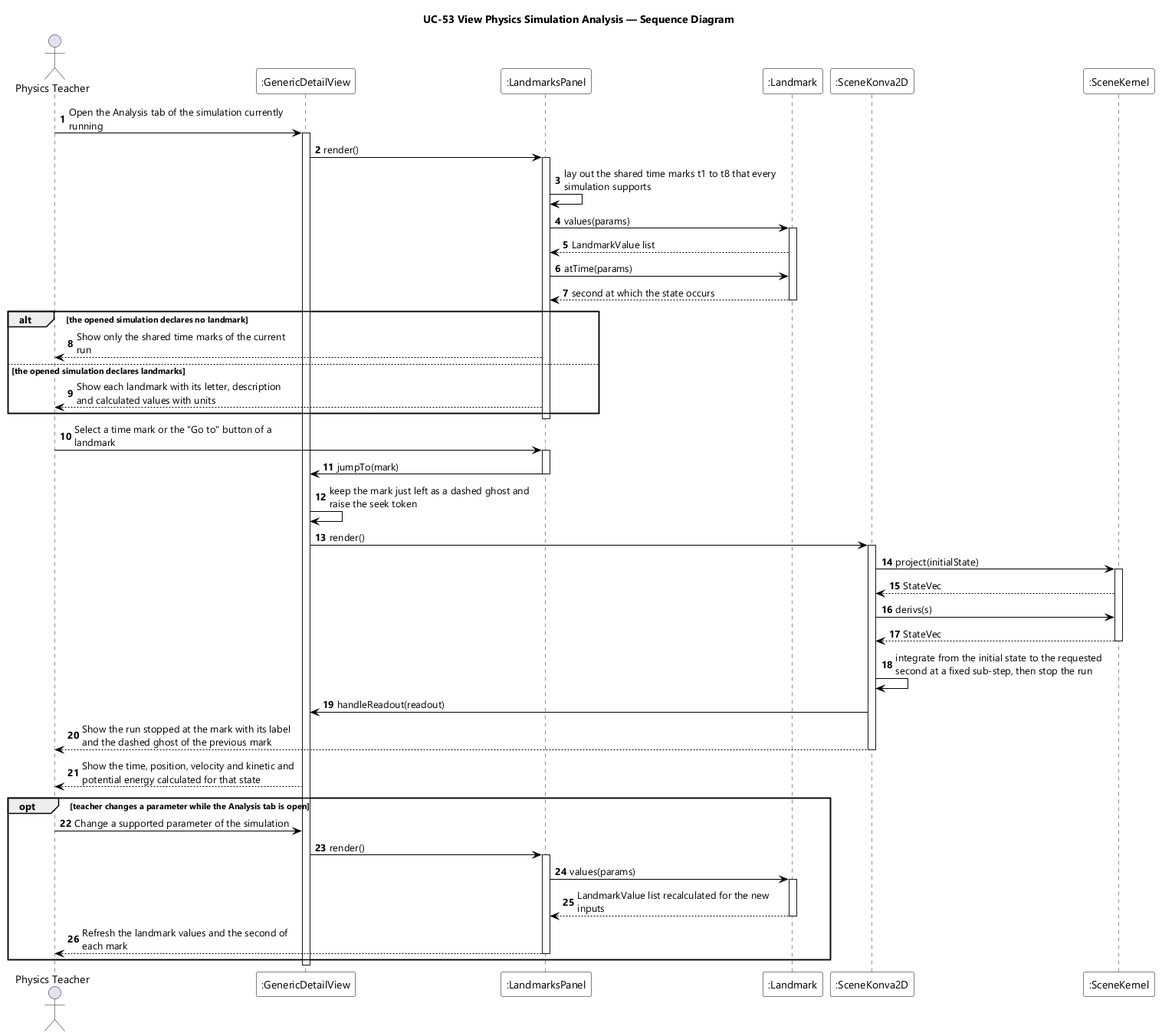
Before: designs/sds-diagrams/uc53/uc53-sequence-diagram.png, a diagram exported from PlantUML (EduA-system/EduA-system). Source of this version:
```plantuml
@startuml UC-53 View Physics Simulation Analysis - Sequence Diagram
skinparamlocked dpi 96
skinparam defaultFontName "Segoe UI"
skinparam shadowing false
skinparam ParticipantBackgroundColor #FFFFFF
skinparam ParticipantBorderColor #000000
skinparam ArrowColor #000000
skinparam sequenceMessageAlign left
skinparam maxMessageSize 280
title UC-53 View Physics Simulation Analysis — Sequence Diagram

actor "Physics Teacher" as Teacher
participant ":GenericDetailView" as GDV
participant ":LandmarksPanel" as PANEL
participant ":Landmark" as MARK
participant ":SceneKonva2D" as CANVAS
participant ":SceneKernel" as KERNEL

autonumber
Teacher -> GDV : Open the Analysis tab of the simulation currently running
activate GDV
GDV -> PANEL : render()
activate PANEL
PANEL -> PANEL : lay out the shared time marks t1 to t8 that every simulation supports
PANEL -> MARK : values(params)
activate MARK
MARK --> PANEL : LandmarkValue list
PANEL -> MARK : atTime(params)
MARK --> PANEL : second at which the state occurs
deactivate MARK

alt the opened simulation declares no landmark
  PANEL --> Teacher : Show only the shared time marks of the current run
else the opened simulation declares landmarks
  PANEL --> Teacher : Show each landmark with its letter, description and calculated values with units
end
deactivate PANEL

Teacher -> PANEL : Select a time mark or the "Go to" button of a landmark
activate PANEL
PANEL -> GDV : jumpTo(mark)
deactivate PANEL
GDV -> GDV : keep the mark just left as a dashed ghost and raise the seek token
GDV -> CANVAS : render()
activate CANVAS
CANVAS -> KERNEL : project(initialState)
activate KERNEL
KERNEL --> CANVAS : StateVec
CANVAS -> KERNEL : derivs(s)
KERNEL --> CANVAS : StateVec
deactivate KERNEL
CANVAS -> CANVAS : integrate from the initial state to the requested second at a fixed sub-step, then stop the run
CANVAS -> GDV : handleReadout(readout)
CANVAS --> Teacher : Show the run stopped at the mark with its label and the dashed ghost of the previous mark
deactivate CANVAS
GDV --> Teacher : Show the time, position, velocity and kinetic and potential energy calculated for that state

opt teacher changes a parameter while the Analysis tab is open
  Teacher -> GDV : Change a supported parameter of the simulation
  GDV -> PANEL : render()
  activate PANEL
  PANEL -> MARK : values(params)
  activate MARK
  MARK --> PANEL : LandmarkValue list recalculated for the new inputs
  deactivate MARK
  PANEL --> Teacher : Refresh the landmark values and the second of each mark
  deactivate PANEL
end
deactivate GDV
@enduml
```
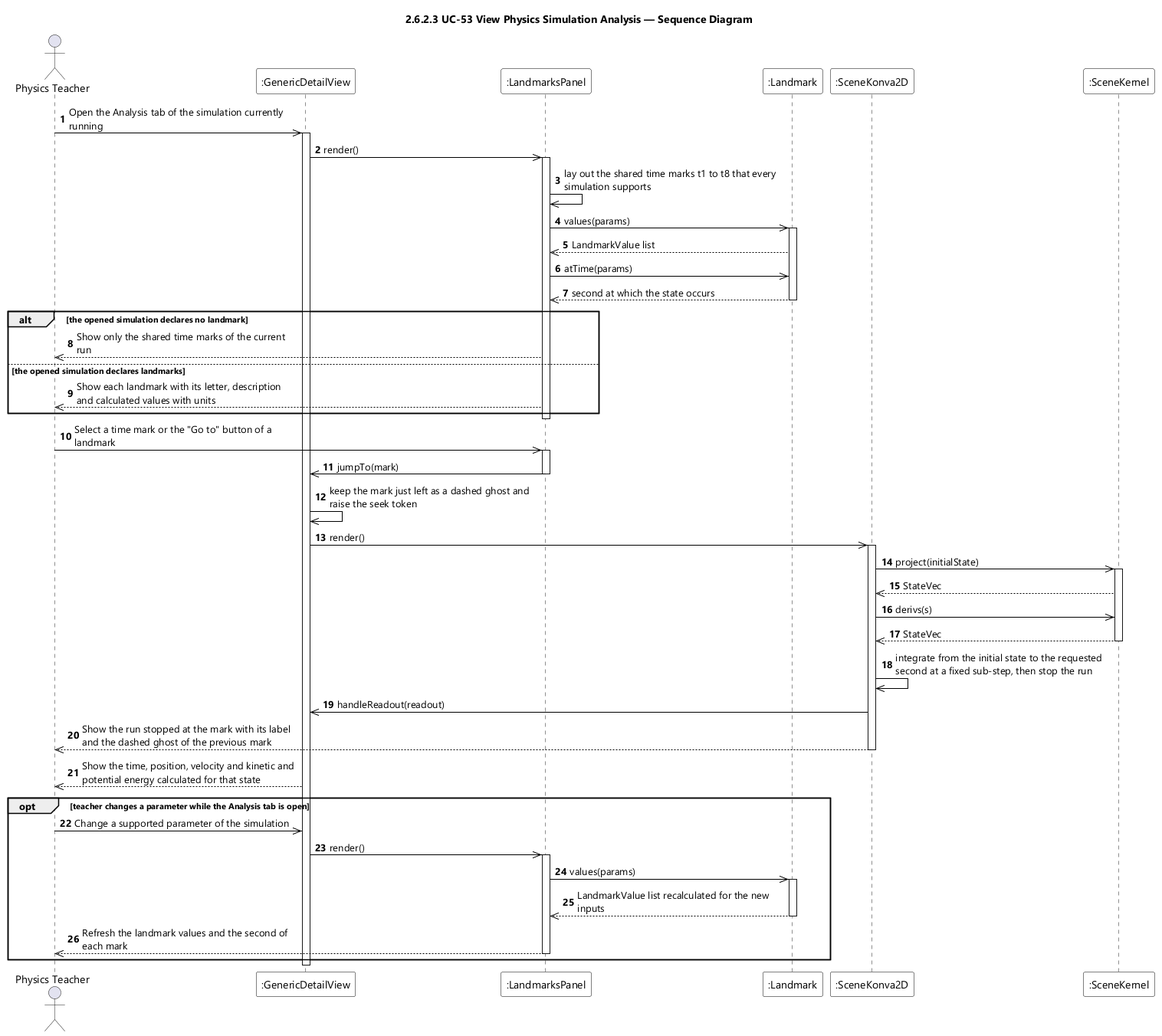
After the change.

What changed in the source:
```diff
@@ -7,7 +7,7 @@
 skinparam ArrowColor #000000
 skinparam sequenceMessageAlign left
 skinparam maxMessageSize 280
-title UC-53 View Physics Simulation Analysis — Sequence Diagram
+title 2.6.2.3 UC-53 View Physics Simulation Analysis — Sequence Diagram
 
 actor "Physics Teacher" as Teacher
 participant ":GenericDetailView" as GDV
@@ -17,53 +17,53 @@
 participant ":SceneKernel" as KERNEL
 
 autonumber
-Teacher -> GDV : Open the Analysis tab of the simulation currently running
+Teacher ->> GDV : Open the Analysis tab of the simulation currently running
 activate GDV
-GDV -> PANEL : render()
+GDV ->> PANEL : render()
 activate PANEL
-PANEL -> PANEL : lay out the shared time marks t1 to t8 that every simulation supports
-PANEL -> MARK : values(params)
+PANEL ->> PANEL : lay out the shared time marks t1 to t8 that every simulation supports
+PANEL ->> MARK : values(params)
 activate MARK
-MARK --> PANEL : LandmarkValue list
-PANEL -> MARK : atTime(params)
-MARK --> PANEL : second at which the state occurs
+MARK -->> PANEL : LandmarkValue list
+PANEL ->> MARK : atTime(params)
+MARK -->> PANEL : second at which the state occurs
 deactivate MARK
 
 alt the opened simulation declares no landmark
-  PANEL --> Teacher : Show only the shared time marks of the current run
+  PANEL -->> Teacher : Show only the shared time marks of the current run
 else the opened simulation declares landmarks
-  PANEL --> Teacher : Show each landmark with its letter, description and calculated values with units
+  PANEL -->> Teacher : Show each landmark with its letter, description and calculated values with units
 end
 deactivate PANEL
 
-Teacher -> PANEL : Select a time mark or the "Go to" button of a landmark
+Teacher ->> PANEL : Select a time mark or the "Go to" button of a landmark
 activate PANEL
-PANEL -> GDV : jumpTo(mark)
+PANEL ->> GDV : jumpTo(mark)
 deactivate PANEL
-GDV -> GDV : keep the mark just left as a dashed ghost and raise the seek token
-GDV -> CANVAS : render()
+GDV ->> GDV : keep the mark just left as a dashed ghost and raise the seek token
+GDV ->> CANVAS : render()
 activate CANVAS
-CANVAS -> KERNEL : project(initialState)
+CANVAS ->> KERNEL : project(initialState)
 activate KERNEL
-KERNEL --> CANVAS : StateVec
-CANVAS -> KERNEL : derivs(s)
-KERNEL --> CANVAS : StateVec
+KERNEL -->> CANVAS : StateVec
+CANVAS ->> KERNEL : derivs(s)
+KERNEL -->> CANVAS : StateVec
 deactivate KERNEL
-CANVAS -> CANVAS : integrate from the initial state to the requested second at a fixed sub-step, then stop the run
-CANVAS -> GDV : handleReadout(readout)
-CANVAS --> Teacher : Show the run stopped at the mark with its label and the dashed ghost of the previous mark
+CANVAS ->> CANVAS : integrate from the initial state to the requested second at a fixed sub-step, then stop the run
+CANVAS ->> GDV : handleReadout(readout)
+CANVAS -->> Teacher : Show the run stopped at the mark with its label and the dashed ghost of the previous mark
 deactivate CANVAS
-GDV --> Teacher : Show the time, position, velocity and kinetic and potential energy calculated for that state
+GDV -->> Teacher : Show the time, position, velocity and kinetic and potential energy calculated for that state
 
 opt teacher changes a parameter while the Analysis tab is open
-  Teacher -> GDV : Change a supported parameter of the simulation
-  GDV -> PANEL : render()
+  Teacher ->> GDV : Change a supported parameter of the simulation
+  GDV ->> PANEL : render()
   activate PANEL
-  PANEL -> MARK : values(params)
+  PANEL ->> MARK : values(params)
   activate MARK
-  MARK --> PANEL : LandmarkValue list recalculated for the new inputs
+  MARK -->> PANEL : LandmarkValue list recalculated for the new inputs
   deactivate MARK
-  PANEL --> Teacher : Refresh the landmark values and the second of each mark
+  PANEL -->> Teacher : Refresh the landmark values and the second of each mark
   deactivate PANEL
 end
 deactivate GDV
```
